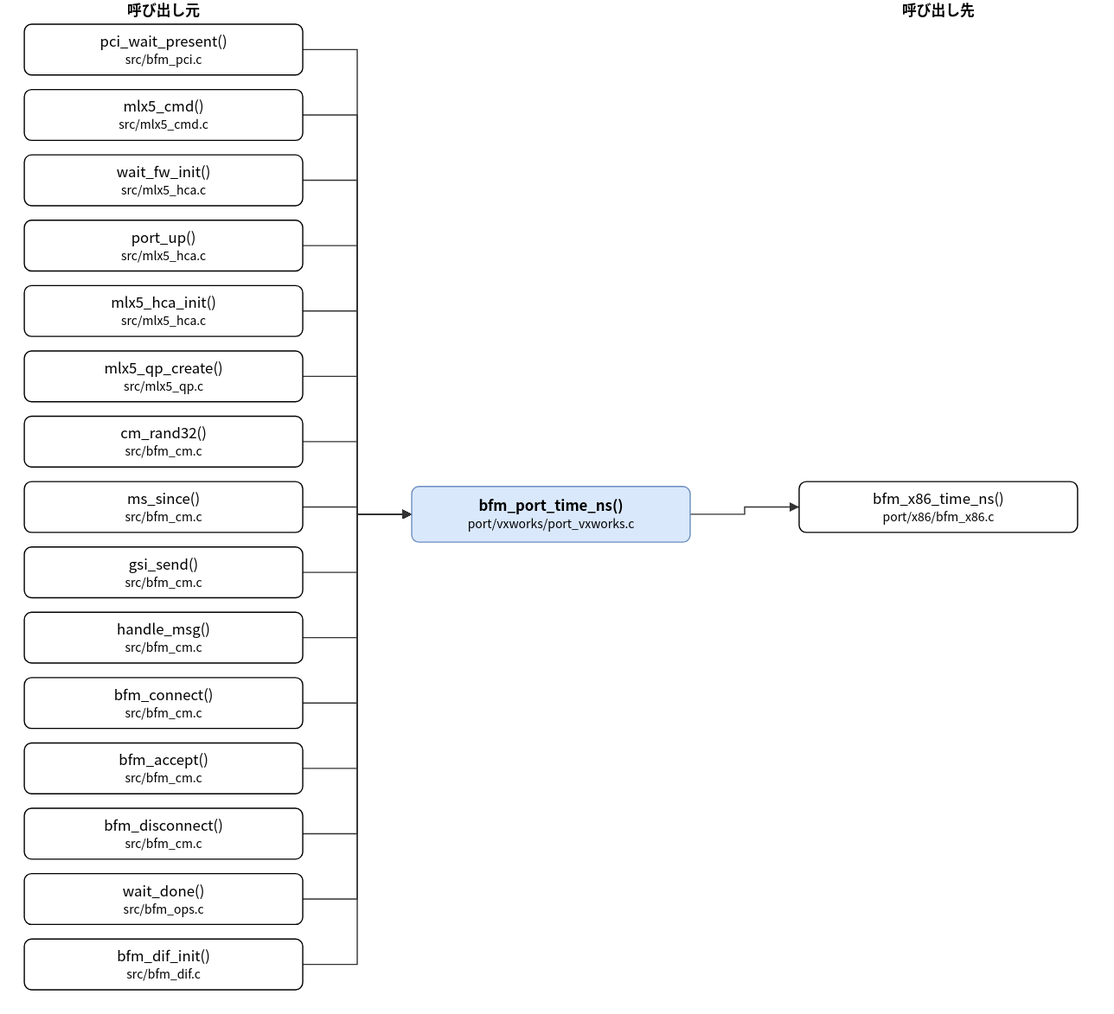
Above: doc/spec/images/call_port_vxworks_port_vxworks-bfm_port_time_ns.drawio.svg in hf355051012-ai/bfmem (draw.io), before the change. Source tidied: cells renumbered, new cells last; positions are measured from the earlier drawing's top-left corner, leaving out a move shared by most shapes.
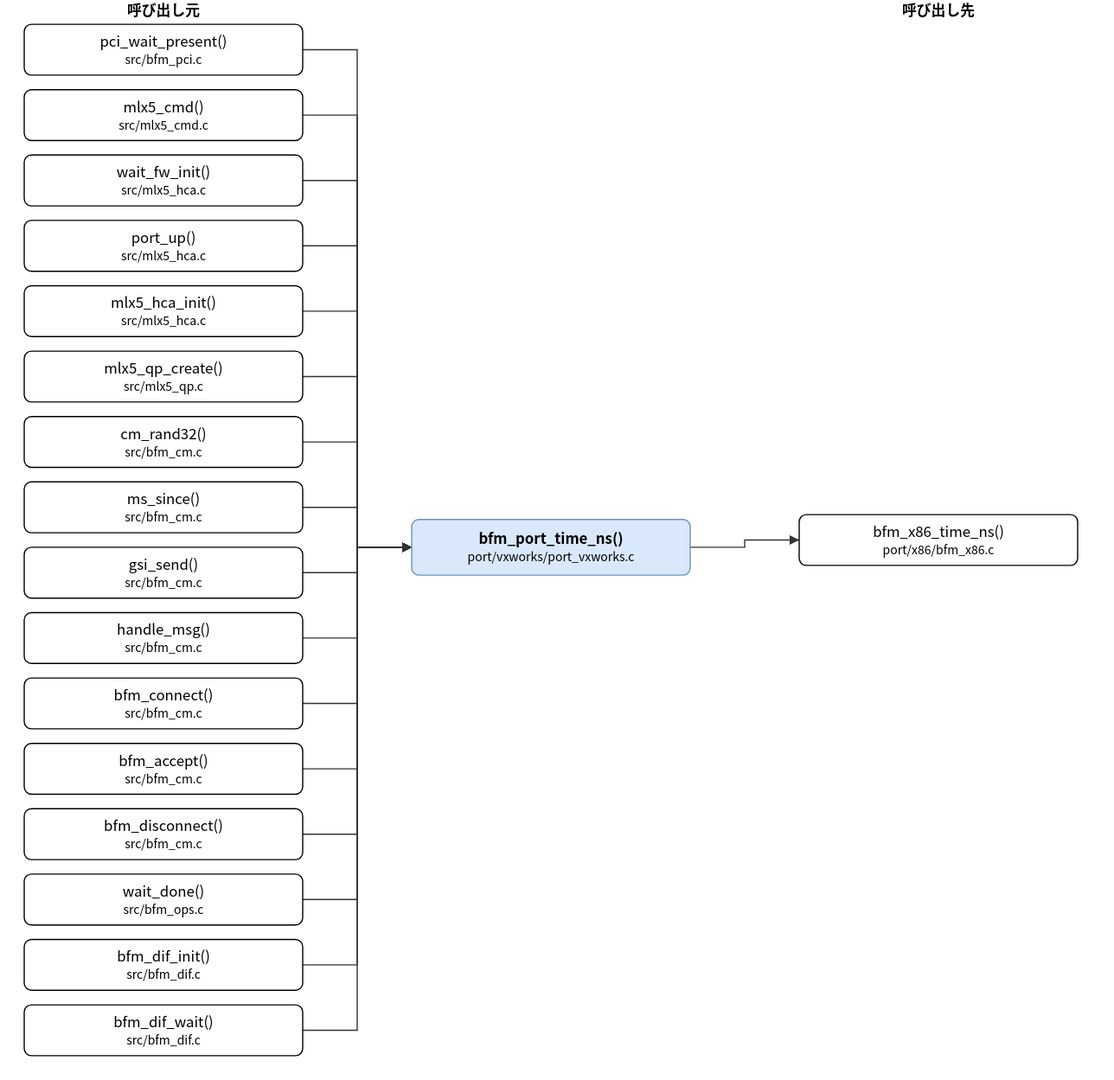
Later version of the same file.

Diff of the diagram source:
```diff
@@ -3,7 +3,7 @@
     <mxCell id="0" />
     <mxCell id="1" parent="0" />
     <mxCell id="2" value="bfm_port_time_ns()&lt;br&gt;&lt;font style=&quot;font-size:10px&quot;&gt;port/vxworks/port_vxworks.c&lt;/font&gt;" style="rounded=1;whiteSpace=wrap;html=1;fillColor=#dae8fc;strokeColor=#6c8ebf;fontStyle=1;" parent="1" vertex="1">
-      <mxGeometry x="320" y="402" width="230" height="46" as="geometry" />
+      <mxGeometry x="320" y="429" width="230" height="46" as="geometry" />
     </mxCell>
     <mxCell id="3" value="pci_wait_present()&lt;br&gt;&lt;font style=&quot;font-size:10px&quot;&gt;src/bfm_pci.c&lt;/font&gt;" style="rounded=1;whiteSpace=wrap;html=1;" parent="1" vertex="1">
       <mxGeometry y="20" width="230" height="42" as="geometry" />
@@ -50,14 +50,17 @@
     <mxCell id="17" value="bfm_dif_init()&lt;br&gt;&lt;font style=&quot;font-size:10px&quot;&gt;src/bfm_dif.c&lt;/font&gt;" style="rounded=1;whiteSpace=wrap;html=1;" parent="1" vertex="1">
       <mxGeometry y="776" width="230" height="42" as="geometry" />
     </mxCell>
+    <mxCell id="37" value="bfm_dif_wait()&lt;br&gt;&lt;font style=&quot;font-size:10px&quot;&gt;src/bfm_dif.c&lt;/font&gt;" style="rounded=1;whiteSpace=wrap;html=1;" parent="1" vertex="1">
+      <mxGeometry y="830" width="230" height="42" as="geometry" />
+    </mxCell>
     <mxCell id="18" value="bfm_x86_time_ns()&lt;br&gt;&lt;font style=&quot;font-size:10px&quot;&gt;port/x86/bfm_x86.c&lt;/font&gt;" style="rounded=1;whiteSpace=wrap;html=1;" parent="1" vertex="1">
-      <mxGeometry x="640" y="398" width="230" height="42" as="geometry" />
+      <mxGeometry x="640" y="425" width="230" height="42" as="geometry" />
     </mxCell>
     <mxCell id="19" style="edgeStyle=none;html=1;rounded=0;endArrow=block;endFill=1;exitX=1.0000;exitY=0.5000;exitDx=0;exitDy=0;exitPerimeter=0;entryX=0.0000;entryY=0.5000;entryDx=0;entryDy=0;entryPerimeter=0;" parent="1" edge="1" source="3" target="2">
       <mxGeometry relative="1" as="geometry">
         <Array as="points">
           <mxPoint x="275" y="41" />
-          <mxPoint x="275" y="425" />
+          <mxPoint x="275" y="452" />
         </Array>
       </mxGeometry>
     </mxCell>
@@ -65,7 +68,7 @@
       <mxGeometry relative="1" as="geometry">
         <Array as="points">
           <mxPoint x="275" y="95" />
-          <mxPoint x="275" y="425" />
+          <mxPoint x="275" y="452" />
         </Array>
       </mxGeometry>
     </mxCell>
@@ -73,7 +76,7 @@
       <mxGeometry relative="1" as="geometry">
         <Array as="points">
           <mxPoint x="275" y="149" />
-          <mxPoint x="275" y="425" />
+          <mxPoint x="275" y="452" />
         </Array>
       </mxGeometry>
     </mxCell>
@@ -81,7 +84,7 @@
       <mxGeometry relative="1" as="geometry">
         <Array as="points">
           <mxPoint x="275" y="203" />
-          <mxPoint x="275" y="425" />
+          <mxPoint x="275" y="452" />
         </Array>
       </mxGeometry>
     </mxCell>
@@ -89,7 +92,7 @@
       <mxGeometry relative="1" as="geometry">
         <Array as="points">
           <mxPoint x="275" y="257" />
-          <mxPoint x="275" y="425" />
+          <mxPoint x="275" y="452" />
         </Array>
       </mxGeometry>
     </mxCell>
@@ -97,7 +100,7 @@
       <mxGeometry relative="1" as="geometry">
         <Array as="points">
           <mxPoint x="275" y="311" />
-          <mxPoint x="275" y="425" />
+          <mxPoint x="275" y="452" />
         </Array>
       </mxGeometry>
     </mxCell>
@@ -105,7 +108,7 @@
       <mxGeometry relative="1" as="geometry">
         <Array as="points">
           <mxPoint x="275" y="365" />
-          <mxPoint x="275" y="425" />
+          <mxPoint x="275" y="452" />
         </Array>
       </mxGeometry>
     </mxCell>
@@ -113,7 +116,7 @@
       <mxGeometry relative="1" as="geometry">
         <Array as="points">
           <mxPoint x="275" y="419" />
-          <mxPoint x="275" y="425" />
+          <mxPoint x="275" y="452" />
         </Array>
       </mxGeometry>
     </mxCell>
@@ -121,7 +124,7 @@
       <mxGeometry relative="1" as="geometry">
         <Array as="points">
           <mxPoint x="275" y="473" />
-          <mxPoint x="275" y="425" />
+          <mxPoint x="275" y="452" />
         </Array>
       </mxGeometry>
     </mxCell>
@@ -129,7 +132,7 @@
       <mxGeometry relative="1" as="geometry">
         <Array as="points">
           <mxPoint x="275" y="527" />
-          <mxPoint x="275" y="425" />
+          <mxPoint x="275" y="452" />
         </Array>
       </mxGeometry>
     </mxCell>
@@ -137,7 +140,7 @@
       <mxGeometry relative="1" as="geometry">
         <Array as="points">
           <mxPoint x="275" y="581" />
-          <mxPoint x="275" y="425" />
+          <mxPoint x="275" y="452" />
         </Array>
       </mxGeometry>
     </mxCell>
@@ -145,7 +148,7 @@
       <mxGeometry relative="1" as="geometry">
         <Array as="points">
           <mxPoint x="275" y="635" />
-          <mxPoint x="275" y="425" />
+          <mxPoint x="275" y="452" />
         </Array>
       </mxGeometry>
     </mxCell>
@@ -153,7 +156,7 @@
       <mxGeometry relative="1" as="geometry">
         <Array as="points">
           <mxPoint x="275" y="689" />
-          <mxPoint x="275" y="425" />
+          <mxPoint x="275" y="452" />
         </Array>
       </mxGeometry>
     </mxCell>
@@ -161,7 +164,7 @@
       <mxGeometry relative="1" as="geometry">
         <Array as="points">
           <mxPoint x="275" y="743" />
-          <mxPoint x="275" y="425" />
+          <mxPoint x="275" y="452" />
         </Array>
       </mxGeometry>
     </mxCell>
@@ -169,18 +172,26 @@
       <mxGeometry relative="1" as="geometry">
         <Array as="points">
           <mxPoint x="275" y="797" />
-          <mxPoint x="275" y="425" />
+          <mxPoint x="275" y="452" />
         </Array>
       </mxGeometry>
     </mxCell>
-    <mxCell id="34" style="edgeStyle=none;html=1;rounded=0;endArrow=block;endFill=1;exitX=1.0000;exitY=0.5000;exitDx=0;exitDy=0;exitPerimeter=0;entryX=0.0000;entryY=0.5000;entryDx=0;entryDy=0;entryPerimeter=0;" parent="1" edge="1" source="2" target="18">
+    <mxCell id="34" style="edgeStyle=none;html=1;rounded=0;endArrow=block;endFill=1;exitX=1.0000;exitY=0.5000;exitDx=0;exitDy=0;exitPerimeter=0;entryX=0.0000;entryY=0.5000;entryDx=0;entryDy=0;entryPerimeter=0;" parent="1" edge="1" source="37" target="2">
       <mxGeometry relative="1" as="geometry">
         <Array as="points">
-          <mxPoint x="595" y="425" />
-          <mxPoint x="595" y="419" />
+          <mxPoint x="275" y="851" />
+          <mxPoint x="275" y="452" />
         </Array>
       </mxGeometry>
     </mxCell>
+    <mxCell id="38" style="edgeStyle=none;html=1;rounded=0;endArrow=block;endFill=1;exitX=1.0000;exitY=0.5000;exitDx=0;exitDy=0;exitPerimeter=0;entryX=0.0000;entryY=0.5000;entryDx=0;entryDy=0;entryPerimeter=0;" parent="1" edge="1" source="2" target="18">
+      <mxGeometry relative="1" as="geometry">
+        <Array as="points">
+          <mxPoint x="595" y="452" />
+          <mxPoint x="595" y="446" />
+        </Array>
+      </mxGeometry>
+    </mxCell>
     <mxCell id="35" value="呼び出し元" style="text;html=1;align=center;fontStyle=1;" parent="1" vertex="1">
       <mxGeometry x="35" width="160" height="18" as="geometry" />
     </mxCell>
```
